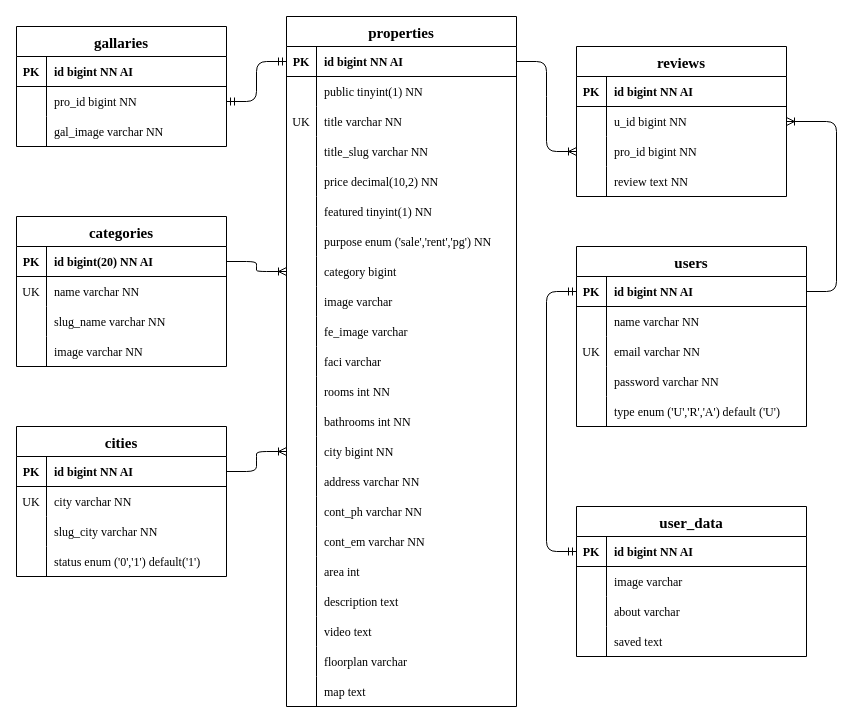
Earlier version of the draw.io diagram Documentation/diags/DB_diags/ER_DB.drawio (Suzuki0916/Real_Estate_Site). Source tidied: cells renumbered, new cells numbered last; positions are measured from the earlier drawing's top-left corner, leaving out a move shared by most shapes. Both pictures are drawn from the tidied source at 100%, with x=0, y=0 at pixel (16, 16).
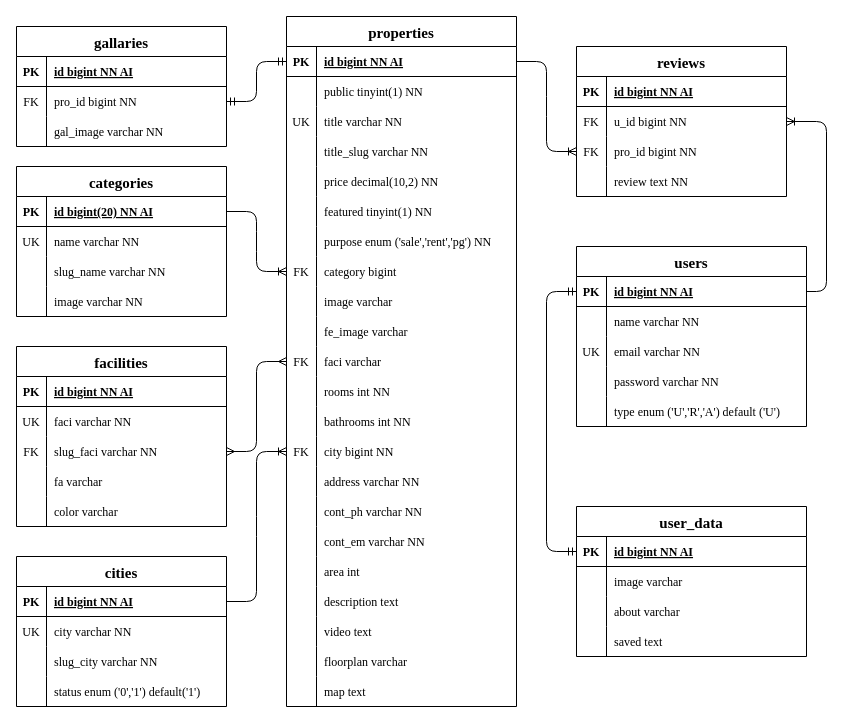
After the change.

The change refers to these unchanged cells:
```xml
<mxCell id="3" style="shape=tableRow;horizontal=0;startSize=0;swimlaneHead=0;swimlaneBody=0;fillColor=none;points=[[0,0.5],[1,0.5]];portConstraint=eastwest;top=0;left=0;right=0;bottom=1;rounded=0;sketch=0;swimlaneLine=1;shadow=0;fontFamily=Times New Roman;" parent="2" vertex="1">
  <mxGeometry y="30" width="210" height="30" as="geometry" />
</mxCell>
<mxCell id="16" style="shape=tableRow;horizontal=0;startSize=0;swimlaneHead=0;swimlaneBody=0;fillColor=none;points=[[0,0.5],[1,0.5]];portConstraint=eastwest;top=0;left=0;right=0;bottom=1;rounded=0;labelBorderColor=none;sketch=0;swimlaneLine=1;shadow=0;fontFamily=Times New Roman;" parent="15" vertex="1">
  <mxGeometry y="30" width="230" height="30" as="geometry" />
</mxCell>
<mxCell id="37" style="shape=tableRow;horizontal=0;startSize=0;swimlaneHead=0;swimlaneBody=0;fillColor=none;points=[[0,0.5],[1,0.5]];portConstraint=eastwest;top=0;left=0;right=0;bottom=0;rounded=0;labelBorderColor=none;sketch=0;swimlaneLine=1;shadow=0;fontFamily=Times New Roman;" parent="15" vertex="1">
  <mxGeometry y="240" width="230" height="30" as="geometry" />
</mxCell>
<mxCell id="46" style="shape=tableRow;horizontal=0;startSize=0;swimlaneHead=0;swimlaneBody=0;fillColor=none;points=[[0,0.5],[1,0.5]];portConstraint=eastwest;top=0;left=0;right=0;bottom=0;rounded=0;labelBorderColor=none;sketch=0;swimlaneLine=1;shadow=0;fontFamily=Times New Roman;" parent="15" vertex="1">
  <mxGeometry y="330" width="230" height="30" as="geometry" />
</mxCell>
<mxCell id="55" style="shape=tableRow;horizontal=0;startSize=0;swimlaneHead=0;swimlaneBody=0;fillColor=none;points=[[0,0.5],[1,0.5]];portConstraint=eastwest;top=0;left=0;right=0;bottom=0;rounded=0;labelBorderColor=none;sketch=0;swimlaneLine=1;shadow=0;fontFamily=Times New Roman;" parent="15" vertex="1">
  <mxGeometry y="420" width="230" height="30" as="geometry" />
</mxCell>
<mxCell id="84" style="shape=tableRow;horizontal=0;startSize=0;swimlaneHead=0;swimlaneBody=0;fillColor=none;top=0;left=0;right=0;bottom=1;rounded=0;labelBorderColor=none;sketch=0;swimlaneLine=1;shadow=0;fontFamily=Times New Roman;" parent="83" vertex="1">
  <mxGeometry y="30" width="210" height="30" as="geometry" />
</mxCell>
<mxCell id="87" style="shape=tableRow;horizontal=0;startSize=0;swimlaneHead=0;swimlaneBody=0;fillColor=none;points=[[0,0.5],[1,0.5]];portConstraint=eastwest;top=0;left=0;right=0;bottom=0;rounded=0;labelBorderColor=none;sketch=0;swimlaneLine=1;shadow=0;fontFamily=Times New Roman;" parent="83" vertex="1">
  <mxGeometry y="60" width="210" height="30" as="geometry" />
</mxCell>
<mxCell id="95" style="shape=tableRow;horizontal=0;startSize=0;swimlaneHead=0;swimlaneBody=0;fillColor=none;points=[[0,0.5],[1,0.5]];portConstraint=eastwest;top=0;left=0;right=0;bottom=1;rounded=0;labelBorderColor=none;sketch=0;swimlaneLine=1;shadow=0;fontFamily=Times New Roman;" parent="94" vertex="1">
  <mxGeometry y="30" width="210" height="30" as="geometry" />
</mxCell>
<mxCell id="109" style="shape=tableRow;horizontal=0;startSize=0;swimlaneHead=0;swimlaneBody=0;fillColor=none;top=0;left=0;right=0;bottom=1;rounded=0;labelBorderColor=none;sketch=0;swimlaneLine=1;shadow=0;fontFamily=Times New Roman;" parent="108" vertex="1">
  <mxGeometry y="30" width="210" height="30" as="geometry" />
</mxCell>
<mxCell id="112" style="shape=tableRow;horizontal=0;startSize=0;swimlaneHead=0;swimlaneBody=0;fillColor=none;points=[[0,0.5],[1,0.5]];portConstraint=eastwest;top=0;left=0;right=0;bottom=0;rounded=0;labelBorderColor=none;sketch=0;swimlaneLine=1;shadow=0;fontFamily=Times New Roman;" parent="108" vertex="1">
  <mxGeometry y="60" width="210" height="30" as="geometry" />
</mxCell>
<mxCell id="115" style="shape=tableRow;horizontal=0;startSize=0;swimlaneHead=0;swimlaneBody=0;fillColor=none;points=[[0,0.5],[1,0.5]];portConstraint=eastwest;top=0;left=0;right=0;bottom=0;rounded=0;labelBorderColor=none;sketch=0;swimlaneLine=1;shadow=0;fontFamily=Times New Roman;" parent="108" vertex="1">
  <mxGeometry y="90" width="210" height="30" as="geometry" />
</mxCell>
<mxCell id="122" style="shape=tableRow;horizontal=0;startSize=0;swimlaneHead=0;swimlaneBody=0;fillColor=none;points=[[0,0.5],[1,0.5]];portConstraint=eastwest;top=0;left=0;right=0;bottom=1;rounded=0;labelBorderColor=none;sketch=0;swimlaneLine=1;shadow=0;fontFamily=Times New Roman;" parent="121" vertex="1">
  <mxGeometry y="30" width="230" height="30" as="geometry" />
</mxCell>
<mxCell id="140" style="shape=tableRow;horizontal=0;startSize=0;swimlaneHead=0;swimlaneBody=0;fillColor=none;points=[[0,0.5],[1,0.5]];portConstraint=eastwest;top=0;left=0;right=0;bottom=1;rounded=0;labelBorderColor=none;sketch=0;swimlaneLine=1;shadow=0;fontFamily=Times New Roman;" parent="139" vertex="1">
  <mxGeometry y="30" width="230" height="30" as="geometry" />
</mxCell>
```

What changed in the source:
```diff
@@
     <mxCell id="2" value="categories" style="shape=table;startSize=30;childLayout=tableLayout;rowLines=0;fontStyle=1;align=center;rounded=0;fontSize=15;sketch=0;swimlaneLine=1;shadow=0;fontFamily=Times New Roman;" parent="1" vertex="1">
-      <mxGeometry y="200" width="210" height="150" as="geometry" />
+      <mxGeometry y="150" width="210" height="150" as="geometry" />
     </mxCell>
@@
-    <mxCell id="5" value="id bigint(20) NN AI" style="shape=partialRectangle;fillColor=none;top=0;left=0;bottom=0;right=0;align=left;spacingLeft=6;fontStyle=1;overflow=hidden;rounded=0;sketch=0;swimlaneLine=1;shadow=0;fontFamily=Times New Roman;" parent="3" vertex="1">
+    <mxCell id="5" value="id bigint(20) NN AI" style="shape=partialRectangle;fillColor=none;top=0;left=0;bottom=0;right=0;align=left;spacingLeft=6;fontStyle=5;overflow=hidden;rounded=0;sketch=0;swimlaneLine=1;shadow=0;fontFamily=Times New Roman;" parent="3" vertex="1">
       <mxGeometry x="30" width="180" height="30" as="geometry" />
     </mxCell>
@@
-    <mxCell id="18" value="id bigint NN AI" style="shape=partialRectangle;fillColor=none;top=0;left=0;bottom=0;right=0;align=left;spacingLeft=6;fontStyle=1;overflow=hidden;rounded=0;sketch=0;labelBorderColor=none;swimlaneLine=1;shadow=0;fontFamily=Times New Roman;" parent="16" vertex="1">
+    <mxCell id="18" value="id bigint NN AI" style="shape=partialRectangle;fillColor=none;top=0;left=0;bottom=0;right=0;align=left;spacingLeft=6;fontStyle=5;overflow=hidden;rounded=0;sketch=0;labelBorderColor=none;swimlaneLine=1;shadow=0;fontFamily=Times New Roman;" parent="16" vertex="1">
       <mxGeometry x="30" width="200" height="30" as="geometry" />
     </mxCell>
@@
-    <mxCell id="38" style="shape=partialRectangle;fillColor=none;top=0;left=0;bottom=0;right=0;overflow=hidden;rounded=0;labelBorderColor=none;sketch=0;swimlaneLine=1;shadow=0;fontFamily=Times New Roman;" parent="37" vertex="1">
+    <mxCell id="38" value="FK" style="shape=partialRectangle;fillColor=none;top=0;left=0;bottom=0;right=0;overflow=hidden;rounded=0;labelBorderColor=none;sketch=0;swimlaneLine=1;shadow=0;fontFamily=Times New Roman;" parent="37" vertex="1">
       <mxGeometry width="30" height="30" as="geometry" />
     </mxCell>
@@
-    <mxCell id="47" style="shape=partialRectangle;fillColor=none;top=0;left=0;bottom=0;right=0;overflow=hidden;rounded=0;labelBorderColor=none;sketch=0;swimlaneLine=1;shadow=0;fontFamily=Times New Roman;" parent="46" vertex="1">
+    <mxCell id="47" value="FK" style="shape=partialRectangle;fillColor=none;top=0;left=0;bottom=0;right=0;overflow=hidden;rounded=0;labelBorderColor=none;sketch=0;swimlaneLine=1;shadow=0;fontFamily=Times New Roman;" parent="46" vertex="1">
       <mxGeometry width="30" height="30" as="geometry" />
     </mxCell>
@@
-    <mxCell id="56" style="shape=partialRectangle;fillColor=none;top=0;left=0;bottom=0;right=0;overflow=hidden;rounded=0;labelBorderColor=none;sketch=0;swimlaneLine=1;shadow=0;fontFamily=Times New Roman;" parent="55" vertex="1">
+    <mxCell id="56" value="FK" style="shape=partialRectangle;fillColor=none;top=0;left=0;bottom=0;right=0;overflow=hidden;rounded=0;labelBorderColor=none;sketch=0;swimlaneLine=1;shadow=0;fontFamily=Times New Roman;" parent="55" vertex="1">
       <mxGeometry width="30" height="30" as="geometry" />
     </mxCell>
@@
-    <mxCell id="86" value="id bigint NN AI" style="shape=partialRectangle;fillColor=none;top=0;left=0;bottom=0;right=0;align=left;spacingLeft=6;fontStyle=1;overflow=hidden;rounded=0;sketch=0;labelBorderColor=none;swimlaneLine=1;shadow=0;fontFamily=Times New Roman;" parent="84" vertex="1">
+    <mxCell id="86" value="id bigint NN AI" style="shape=partialRectangle;fillColor=none;top=0;left=0;bottom=0;right=0;align=left;spacingLeft=6;fontStyle=5;overflow=hidden;rounded=0;sketch=0;labelBorderColor=none;swimlaneLine=1;shadow=0;fontFamily=Times New Roman;" parent="84" vertex="1">
       <mxGeometry x="30" width="180" height="30" as="geometry" />
     </mxCell>
@@
-    <mxCell id="88" style="shape=partialRectangle;fillColor=none;top=0;left=0;bottom=0;right=0;overflow=hidden;rounded=0;labelBorderColor=none;sketch=0;swimlaneLine=1;shadow=0;fontFamily=Times New Roman;" parent="87" vertex="1">
+    <mxCell id="88" value="FK" style="shape=partialRectangle;fillColor=none;top=0;left=0;bottom=0;right=0;overflow=hidden;rounded=0;labelBorderColor=none;sketch=0;swimlaneLine=1;shadow=0;fontFamily=Times New Roman;" parent="87" vertex="1">
       <mxGeometry width="30" height="30" as="geometry" />
     </mxCell>
@@
     <mxCell id="94" value="cities" style="shape=table;startSize=30;childLayout=tableLayout;rowLines=0;fontStyle=1;align=center;rounded=0;horizontal=1;verticalAlign=middle;fontSize=15;swimlaneLine=1;sketch=0;labelBorderColor=none;shadow=0;fontFamily=Times New Roman;" parent="1" vertex="1">
-      <mxGeometry y="410" width="210" height="150" as="geometry" />
+      <mxGeometry y="540" width="210" height="150" as="geometry" />
     </mxCell>
@@
-    <mxCell id="97" value="id bigint NN AI" style="shape=partialRectangle;fillColor=none;top=0;left=0;bottom=0;right=0;align=left;spacingLeft=6;fontStyle=1;overflow=hidden;rounded=0;sketch=0;labelBorderColor=none;swimlaneLine=1;shadow=0;fontFamily=Times New Roman;" parent="95" vertex="1">
+    <mxCell id="97" value="id bigint NN AI" style="shape=partialRectangle;fillColor=none;top=0;left=0;bottom=0;right=0;align=left;spacingLeft=6;fontStyle=5;overflow=hidden;rounded=0;sketch=0;labelBorderColor=none;swimlaneLine=1;shadow=0;fontFamily=Times New Roman;" parent="95" vertex="1">
       <mxGeometry x="30" width="180" height="30" as="geometry" />
     </mxCell>
@@
-    <mxCell id="111" value="id bigint NN AI" style="shape=partialRectangle;fillColor=none;top=0;left=0;bottom=0;right=0;align=left;spacingLeft=6;fontStyle=1;overflow=hidden;rounded=0;sketch=0;labelBorderColor=none;swimlaneLine=1;shadow=0;fontFamily=Times New Roman;" parent="109" vertex="1">
+    <mxCell id="111" value="id bigint NN AI" style="shape=partialRectangle;fillColor=none;top=0;left=0;bottom=0;right=0;align=left;spacingLeft=6;fontStyle=5;overflow=hidden;rounded=0;sketch=0;labelBorderColor=none;swimlaneLine=1;shadow=0;fontFamily=Times New Roman;" parent="109" vertex="1">
       <mxGeometry x="30" width="180" height="30" as="geometry" />
     </mxCell>
@@
-    <mxCell id="113" style="shape=partialRectangle;fillColor=none;top=0;left=0;bottom=0;right=0;overflow=hidden;rounded=0;labelBorderColor=none;sketch=0;swimlaneLine=1;shadow=0;fontFamily=Times New Roman;" parent="112" vertex="1">
+    <mxCell id="113" value="FK" style="shape=partialRectangle;fillColor=none;top=0;left=0;bottom=0;right=0;overflow=hidden;rounded=0;labelBorderColor=none;sketch=0;swimlaneLine=1;shadow=0;fontFamily=Times New Roman;" parent="112" vertex="1">
       <mxGeometry width="30" height="30" as="geometry" />
     </mxCell>
@@
-    <mxCell id="116" style="shape=partialRectangle;fillColor=none;top=0;left=0;bottom=0;right=0;overflow=hidden;rounded=0;labelBorderColor=none;sketch=0;swimlaneLine=1;shadow=0;fontFamily=Times New Roman;" parent="115" vertex="1">
+    <mxCell id="116" value="FK" style="shape=partialRectangle;fillColor=none;top=0;left=0;bottom=0;right=0;overflow=hidden;rounded=0;labelBorderColor=none;sketch=0;swimlaneLine=1;shadow=0;fontFamily=Times New Roman;" parent="115" vertex="1">
       <mxGeometry width="30" height="30" as="geometry" />
     </mxCell>
@@
-    <mxCell id="124" value="id bigint NN AI" style="shape=partialRectangle;fillColor=none;top=0;left=0;bottom=0;right=0;align=left;spacingLeft=6;fontStyle=1;overflow=hidden;rounded=0;sketch=0;labelBorderColor=none;swimlaneLine=1;shadow=0;fontFamily=Times New Roman;" parent="122" vertex="1">
+    <mxCell id="124" value="id bigint NN AI" style="shape=partialRectangle;fillColor=none;top=0;left=0;bottom=0;right=0;align=left;spacingLeft=6;fontStyle=5;overflow=hidden;rounded=0;sketch=0;labelBorderColor=none;swimlaneLine=1;shadow=0;fontFamily=Times New Roman;" parent="122" vertex="1">
       <mxGeometry x="30" width="200" height="30" as="geometry" />
     </mxCell>
@@
     <mxCell id="137" style="edgeStyle=orthogonalEdgeStyle;fontSize=12;html=1;endArrow=ERoneToMany;rounded=1;entryX=1;entryY=0.5;entryDx=0;entryDy=0;exitX=1;exitY=0.5;exitDx=0;exitDy=0;elbow=vertical;sketch=0;swimlaneLine=1;shadow=0;fontFamily=Times New Roman;" parent="1" edge="1" source="122" target="112">
       <mxGeometry relative="1" as="geometry">
         <Array as="points">
-          <mxPoint x="820" y="275" />
-          <mxPoint x="820" y="105" />
+          <mxPoint x="810" y="275" />
+          <mxPoint x="810" y="105" />
         </Array>
       </mxGeometry>
     </mxCell>
@@
-    <mxCell id="142" value="id bigint NN AI" style="shape=partialRectangle;fillColor=none;top=0;left=0;bottom=0;right=0;align=left;spacingLeft=6;fontStyle=1;overflow=hidden;rounded=0;sketch=0;labelBorderColor=none;swimlaneLine=1;shadow=0;fontFamily=Times New Roman;" parent="140" vertex="1">
+    <mxCell id="142" value="id bigint NN AI" style="shape=partialRectangle;fillColor=none;top=0;left=0;bottom=0;right=0;align=left;spacingLeft=6;fontStyle=5;overflow=hidden;rounded=0;sketch=0;labelBorderColor=none;swimlaneLine=1;shadow=0;fontFamily=Times New Roman;" parent="140" vertex="1">
       <mxGeometry x="30" width="200" height="30" as="geometry" />
     </mxCell>
@@
+    <mxCell id="153" value="facilities" style="shape=table;startSize=30;childLayout=tableLayout;rowLines=0;fontStyle=1;align=center;rounded=0;horizontal=1;verticalAlign=middle;fontSize=15;swimlaneLine=1;sketch=0;labelBorderColor=none;fontFamily=Times New Roman;" parent="1" vertex="1">
+      <mxGeometry y="330" width="210" height="180" as="geometry" />
+    </mxCell>
+    <mxCell id="154" style="shape=tableRow;horizontal=0;startSize=0;swimlaneHead=0;swimlaneBody=0;fillColor=none;top=0;left=0;right=0;bottom=1;rounded=0;labelBorderColor=none;fontFamily=Times New Roman;" parent="153" vertex="1">
+      <mxGeometry y="30" width="210" height="30" as="geometry" />
+    </mxCell>
+    <mxCell id="155" value="PK" style="shape=partialRectangle;fillColor=none;top=0;left=0;bottom=0;right=0;fontStyle=1;overflow=hidden;rounded=0;labelBorderColor=none;fontFamily=Times New Roman;" parent="154" vertex="1">
+      <mxGeometry width="30" height="30" as="geometry" />
+    </mxCell>
+    <mxCell id="156" value="id bigint NN AI" style="shape=partialRectangle;fillColor=none;top=0;left=0;bottom=0;right=0;align=left;spacingLeft=6;fontStyle=5;overflow=hidden;rounded=0;sketch=1;labelBorderColor=none;fontFamily=Times New Roman;" parent="154" vertex="1">
+      <mxGeometry x="30" width="180" height="30" as="geometry" />
+    </mxCell>
+    <mxCell id="157" style="shape=tableRow;horizontal=0;startSize=0;swimlaneHead=0;swimlaneBody=0;fillColor=none;top=0;left=0;right=0;bottom=0;rounded=0;labelBorderColor=none;fontFamily=Times New Roman;" parent="153" vertex="1">
+      <mxGeometry y="60" width="210" height="30" as="geometry" />
+    </mxCell>
+    <mxCell id="158" value="UK" style="shape=partialRectangle;fillColor=none;top=0;left=0;bottom=0;right=0;overflow=hidden;rounded=0;labelBorderColor=none;fontFamily=Times New Roman;" parent="157" vertex="1">
+      <mxGeometry width="30" height="30" as="geometry" />
+    </mxCell>
+    <mxCell id="159" value="faci varchar NN" style="shape=partialRectangle;fillColor=none;top=0;left=0;bottom=0;right=0;align=left;spacingLeft=6;overflow=hidden;rounded=0;sketch=1;labelBorderColor=none;fontFamily=Times New Roman;" parent="157" vertex="1">
+      <mxGeometry x="30" width="180" height="30" as="geometry" />
+    </mxCell>
+    <mxCell id="160" style="shape=tableRow;horizontal=0;startSize=0;swimlaneHead=0;swimlaneBody=0;fillColor=none;points=[[0,0.5],[1,0.5]];portConstraint=eastwest;top=0;left=0;right=0;bottom=0;rounded=0;labelBorderColor=none;fontFamily=Times New Roman;" parent="153" vertex="1">
+      <mxGeometry y="90" width="210" height="30" as="geometry" />
+    </mxCell>
+    <mxCell id="161" value="FK" style="shape=partialRectangle;fillColor=none;top=0;left=0;bottom=0;right=0;overflow=hidden;rounded=0;labelBorderColor=none;fontFamily=Times New Roman;" parent="160" vertex="1">
+      <mxGeometry width="30" height="30" as="geometry" />
+    </mxCell>
+    <mxCell id="162" value="slug_faci varchar NN" style="shape=partialRectangle;fillColor=none;top=0;left=0;bottom=0;right=0;align=left;spacingLeft=6;overflow=hidden;rounded=0;sketch=1;labelBorderColor=none;fontFamily=Times New Roman;" parent="160" vertex="1">
+      <mxGeometry x="30" width="180" height="30" as="geometry" />
+    </mxCell>
+    <mxCell id="163" style="shape=tableRow;horizontal=0;startSize=0;swimlaneHead=0;swimlaneBody=0;fillColor=none;top=0;left=0;right=0;bottom=0;rounded=0;labelBorderColor=none;fontFamily=Times New Roman;" parent="153" vertex="1">
+      <mxGeometry y="120" width="210" height="30" as="geometry" />
+    </mxCell>
+    <mxCell id="164" style="shape=partialRectangle;fillColor=none;top=0;left=0;bottom=0;right=0;overflow=hidden;rounded=0;labelBorderColor=none;fontFamily=Times New Roman;" parent="163" vertex="1">
+      <mxGeometry width="30" height="30" as="geometry" />
+    </mxCell>
+    <mxCell id="165" value="fa varchar" style="shape=partialRectangle;fillColor=none;top=0;left=0;bottom=0;right=0;align=left;spacingLeft=6;overflow=hidden;rounded=0;sketch=1;labelBorderColor=none;fontFamily=Times New Roman;" parent="163" vertex="1">
+      <mxGeometry x="30" width="180" height="30" as="geometry" />
+    </mxCell>
+    <mxCell id="166" style="shape=tableRow;horizontal=0;startSize=0;swimlaneHead=0;swimlaneBody=0;fillColor=none;top=0;left=0;right=0;bottom=0;rounded=0;labelBorderColor=none;fontFamily=Times New Roman;" parent="153" vertex="1">
+      <mxGeometry y="150" width="210" height="30" as="geometry" />
+    </mxCell>
+    <mxCell id="167" style="shape=partialRectangle;fillColor=none;top=0;left=0;bottom=0;right=0;overflow=hidden;rounded=0;labelBorderColor=none;fontFamily=Times New Roman;" parent="166" vertex="1">
+      <mxGeometry width="30" height="30" as="geometry" />
+    </mxCell>
+    <mxCell id="168" value="color varchar" style="shape=partialRectangle;fillColor=none;top=0;left=0;bottom=0;right=0;align=left;spacingLeft=6;overflow=hidden;rounded=0;sketch=1;labelBorderColor=none;fontFamily=Times New Roman;" parent="166" vertex="1">
+      <mxGeometry x="30" width="180" height="30" as="geometry" />
+    </mxCell>
+    <mxCell id="169" style="edgeStyle=orthogonalEdgeStyle;fontSize=12;html=1;endArrow=ERmany;startArrow=ERmany;rounded=1;exitX=1;exitY=0.5;exitDx=0;exitDy=0;entryX=0;entryY=0.5;entryDx=0;entryDy=0;elbow=vertical;" parent="1" edge="1" source="160" target="46">
+      <mxGeometry relative="1" as="geometry" />
+    </mxCell>
```
